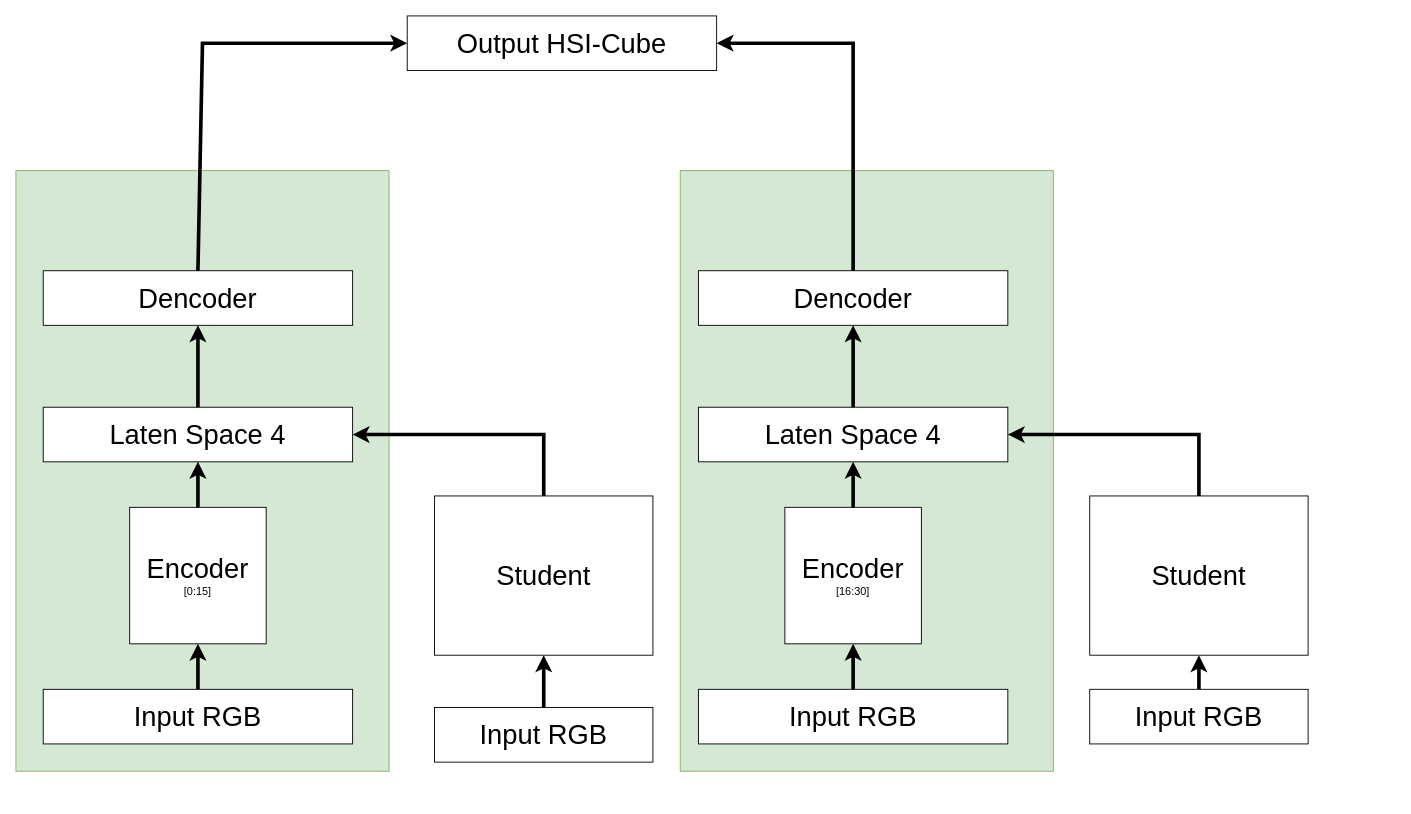
Before: LAB_TSM_v3.drawio in Kevb-source/diagramms.net, a draw.io diagram. Source tidied: cells renumbered, new cells numbered last; positions are measured from the earlier drawing's top-left corner, leaving out a move shared by most shapes. Both pictures are drawn from the tidied source at 91%, with x=0, y=0 at pixel (15, 15).
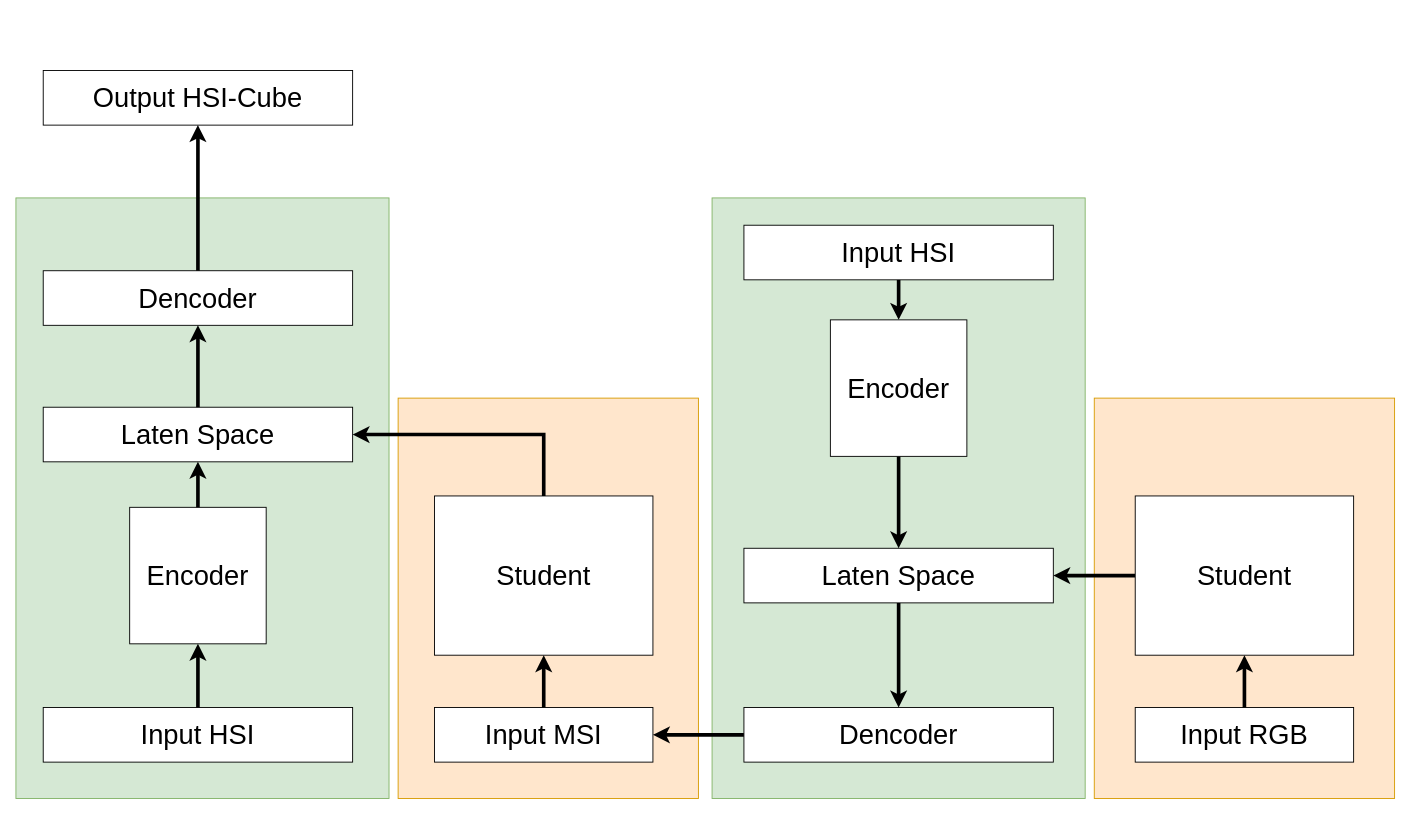
Above is the later version.

The change refers to these unchanged cells:
```xml
<mxCell id="6" value="&lt;font style=&quot;font-size: 30px;&quot;&gt;Dencoder&lt;/font&gt;" style="rounded=0;whiteSpace=wrap;html=1;" parent="1" vertex="1">
  <mxGeometry x="30" y="280" width="340" height="60" as="geometry" />
</mxCell>
```

Diff of the diagram source:
```diff
@@
+    <mxCell id="29" style="rounded=0;whiteSpace=wrap;html=1;fillColor=#ffe6cc;strokeColor=#d79b00;" parent="1" vertex="1">
+      <mxGeometry x="1185" y="420" width="330" height="440" as="geometry" />
+    </mxCell>
+    <mxCell id="30" style="rounded=0;whiteSpace=wrap;html=1;fillColor=#ffe6cc;strokeColor=#d79b00;" parent="1" vertex="1">
+      <mxGeometry x="420" y="420" width="330" height="440" as="geometry" />
+    </mxCell>
     <mxCell id="2" style="rounded=0;whiteSpace=wrap;html=1;fillColor=#d5e8d4;strokeColor=#82b366;" parent="1" vertex="1">
-      <mxGeometry x="730" y="170" width="410" height="660" as="geometry" />
+      <mxGeometry x="765" y="200" width="410" height="660" as="geometry" />
     </mxCell>
     <mxCell id="3" style="rounded=0;whiteSpace=wrap;html=1;fillColor=#d5e8d4;strokeColor=#82b366;" parent="1" vertex="1">
-      <mxGeometry y="170" width="410" height="660" as="geometry" />
+      <mxGeometry y="200" width="410" height="660" as="geometry" />
     </mxCell>
-    <mxCell id="4" value="&lt;font style=&quot;font-size: 30px;&quot;&gt;Encoder&lt;/font&gt;&lt;br&gt;[0:15]" style="whiteSpace=wrap;html=1;" parent="1" vertex="1">
+    <mxCell id="4" value="&lt;font style=&quot;font-size: 30px;&quot;&gt;Encoder&lt;/font&gt;" style="whiteSpace=wrap;html=1;" parent="1" vertex="1">
       <mxGeometry x="125" y="540" width="150" height="150" as="geometry" />
     </mxCell>
-    <mxCell id="5" value="&lt;font style=&quot;font-size: 30px;&quot;&gt;Laten Space 4&lt;/font&gt;" style="rounded=0;whiteSpace=wrap;html=1;" parent="1" vertex="1">
+    <mxCell id="5" value="&lt;font style=&quot;font-size: 30px;&quot;&gt;Laten Space&lt;/font&gt;" style="rounded=0;whiteSpace=wrap;html=1;" parent="1" vertex="1">
       <mxGeometry x="30" y="430" width="340" height="60" as="geometry" />
     </mxCell>
@@
-    <mxCell id="7" value="&lt;font style=&quot;font-size: 30px;&quot;&gt;Input RGB&lt;/font&gt;" style="rounded=0;whiteSpace=wrap;html=1;" parent="1" vertex="1">
-      <mxGeometry x="30" y="740" width="340" height="60" as="geometry" />
+    <mxCell id="7" value="&lt;font style=&quot;font-size: 30px;&quot;&gt;Input HSI&lt;/font&gt;" style="rounded=0;whiteSpace=wrap;html=1;" parent="1" vertex="1">
+      <mxGeometry x="30" y="760" width="340" height="60" as="geometry" />
     </mxCell>
     <mxCell id="8" value="&lt;font style=&quot;font-size: 30px;&quot;&gt;Output HSI-Cube&lt;/font&gt;" style="rounded=0;whiteSpace=wrap;html=1;" parent="1" vertex="1">
-      <mxGeometry x="430" width="340" height="60" as="geometry" />
+      <mxGeometry x="30" y="60" width="340" height="60" as="geometry" />
     </mxCell>
@@
-    <mxCell id="10" value="&lt;font style=&quot;font-size: 30px;&quot;&gt;Input RGB&lt;/font&gt;" style="rounded=0;whiteSpace=wrap;html=1;" parent="1" vertex="1">
+    <mxCell id="10" value="&lt;font style=&quot;font-size: 30px;&quot;&gt;Input MSI&lt;/font&gt;" style="rounded=0;whiteSpace=wrap;html=1;" parent="1" vertex="1">
       <mxGeometry x="460" y="760" width="240" height="60" as="geometry" />
     </mxCell>
@@
+    <mxCell id="31" style="edgeStyle=orthogonalEdgeStyle;rounded=0;jettySize=auto;html=1;entryX=0.5;entryY=0;entryDx=0;entryDy=0;strokeWidth=4;" parent="1" edge="1" source="14" target="16">
+      <mxGeometry relative="1" as="geometry" />
+    </mxCell>
-    <mxCell id="14" value="&lt;font style=&quot;font-size: 30px;&quot;&gt;Laten Space 4&lt;/font&gt;" style="rounded=0;whiteSpace=wrap;html=1;" parent="1" vertex="1">
-      <mxGeometry x="750" y="430" width="340" height="60" as="geometry" />
+    <mxCell id="14" value="&lt;div&gt;&lt;font style=&quot;font-size: 30px;&quot;&gt;Laten Space&lt;/font&gt;&lt;/div&gt;" style="rounded=0;whiteSpace=wrap;html=1;" parent="1" vertex="1">
+      <mxGeometry x="800" y="585" width="340" height="60" as="geometry" />
     </mxCell>
+    <mxCell id="32" style="edgeStyle=orthogonalEdgeStyle;rounded=0;jettySize=auto;html=1;strokeWidth=4;" parent="1" edge="1" source="15" target="35">
+      <mxGeometry relative="1" as="geometry" />
+    </mxCell>
-    <mxCell id="15" value="&lt;font style=&quot;font-size: 30px;&quot;&gt;Dencoder&lt;/font&gt;" style="rounded=0;whiteSpace=wrap;html=1;" parent="1" vertex="1">
-      <mxGeometry x="750" y="280" width="340" height="60" as="geometry" />
+    <mxCell id="15" value="&lt;font style=&quot;font-size: 30px;&quot;&gt;Input HSI&lt;/font&gt;" style="rounded=0;whiteSpace=wrap;html=1;" parent="1" vertex="1">
+      <mxGeometry x="800" y="230" width="340" height="60" as="geometry" />
     </mxCell>
+    <mxCell id="33" style="edgeStyle=orthogonalEdgeStyle;rounded=0;jettySize=auto;html=1;strokeWidth=4;" parent="1" edge="1" source="16" target="10">
+      <mxGeometry relative="1" as="geometry" />
+    </mxCell>
-    <mxCell id="16" value="&lt;font style=&quot;font-size: 30px;&quot;&gt;Input RGB&lt;/font&gt;" style="rounded=0;whiteSpace=wrap;html=1;" parent="1" vertex="1">
-      <mxGeometry x="750" y="740" width="340" height="60" as="geometry" />
+    <mxCell id="16" value="&lt;font style=&quot;font-size: 30px;&quot;&gt;Dencoder&lt;/font&gt;" style="rounded=0;whiteSpace=wrap;html=1;" parent="1" vertex="1">
+      <mxGeometry x="800" y="760" width="340" height="60" as="geometry" />
     </mxCell>
+    <mxCell id="19" style="edgeStyle=orthogonalEdgeStyle;rounded=0;jettySize=auto;html=1;strokeWidth=4;" parent="1" edge="1" source="17" target="14">
+      <mxGeometry relative="1" as="geometry" />
+    </mxCell>
     <mxCell id="17" value="&lt;font style=&quot;font-size: 30px;&quot;&gt;Student&lt;/font&gt;" style="rounded=0;whiteSpace=wrap;html=1;" parent="1" vertex="1">
-      <mxGeometry x="1180" y="527.5" width="240" height="175" as="geometry" />
+      <mxGeometry x="1230" y="527.5" width="240" height="175" as="geometry" />
     </mxCell>
     <mxCell id="18" value="&lt;font style=&quot;font-size: 30px;&quot;&gt;Input RGB&lt;/font&gt;" style="rounded=0;whiteSpace=wrap;html=1;" parent="1" vertex="1">
-      <mxGeometry x="1180" y="740" width="240" height="60" as="geometry" />
+      <mxGeometry x="1230" y="760" width="240" height="60" as="geometry" />
     </mxCell>
-    <mxCell id="19" style="endArrow=classic;html=1;rounded=0;entryX=1;entryY=0.5;entryDx=0;entryDy=0;exitX=0.5;exitY=0;exitDx=0;exitDy=0;strokeWidth=4;" parent="1" edge="1" source="17" target="14">
-      <mxGeometry relative="1" as="geometry">
-        <Array as="points">
-          <mxPoint x="1300" y="460" />
-        </Array>
-      </mxGeometry>
-    </mxCell>
@@
-    <mxCell id="21" value="&lt;font style=&quot;font-size: 30px;&quot;&gt;Encoder&lt;/font&gt;&lt;br&gt;[16:30]" style="whiteSpace=wrap;html=1;" parent="1" vertex="1">
-      <mxGeometry x="845" y="540" width="150" height="150" as="geometry" />
-    </mxCell>
-    <mxCell id="22" style="endArrow=classic;html=1;rounded=0;strokeWidth=4;exitX=0.5;exitY=0;exitDx=0;exitDy=0;entryX=0.5;entryY=1;entryDx=0;entryDy=0;" parent="1" edge="1" source="16" target="21">
-      <mxGeometry relative="1" as="geometry" />
-    </mxCell>
-    <mxCell id="23" style="endArrow=classic;html=1;rounded=0;exitX=0.5;exitY=0;exitDx=0;exitDy=0;entryX=0;entryY=0.5;entryDx=0;entryDy=0;strokeWidth=4;" parent="1" edge="1" source="6" target="8">
-      <mxGeometry relative="1" as="geometry">
-        <Array as="points">
-          <mxPoint x="205" y="30" />
-        </Array>
-      </mxGeometry>
-    </mxCell>
-    <mxCell id="24" style="endArrow=classic;html=1;rounded=0;exitX=0.5;exitY=0;exitDx=0;exitDy=0;entryX=1;entryY=0.5;entryDx=0;entryDy=0;strokeWidth=4;" parent="1" edge="1" source="15" target="8">
-      <mxGeometry relative="1" as="geometry">
-        <Array as="points">
-          <mxPoint x="920" y="30" />
-        </Array>
-      </mxGeometry>
-    </mxCell>
@@
-    <mxCell id="27" style="endArrow=classic;html=1;rounded=0;strokeWidth=4;exitX=0.5;exitY=0;exitDx=0;exitDy=0;entryX=0.5;entryY=1;entryDx=0;entryDy=0;" parent="1" edge="1" source="21" target="14">
-      <mxGeometry relative="1" as="geometry" />
-    </mxCell>
-    <mxCell id="28" style="endArrow=classic;html=1;rounded=0;strokeWidth=4;exitX=0.5;exitY=0;exitDx=0;exitDy=0;entryX=0.5;entryY=1;entryDx=0;entryDy=0;" parent="1" edge="1" source="14" target="15">
-      <mxGeometry relative="1" as="geometry" />
-    </mxCell>
+    <mxCell id="23" style="endArrow=classic;html=1;rounded=0;strokeWidth=4;entryX=0.5;entryY=1;entryDx=0;entryDy=0;exitX=0.5;exitY=0;exitDx=0;exitDy=0;" parent="1" edge="1" source="6" target="8">
+      <mxGeometry relative="1" as="geometry" />
+    </mxCell>
+    <mxCell id="34" style="edgeStyle=orthogonalEdgeStyle;rounded=0;jettySize=auto;html=1;strokeWidth=4;" parent="1" edge="1" source="35" target="14">
+      <mxGeometry relative="1" as="geometry" />
+    </mxCell>
+    <mxCell id="35" value="&lt;font style=&quot;font-size: 30px;&quot;&gt;Encoder&lt;/font&gt;" style="whiteSpace=wrap;html=1;" parent="1" vertex="1">
+      <mxGeometry x="895" y="334" width="150" height="150" as="geometry" />
+    </mxCell>
```
